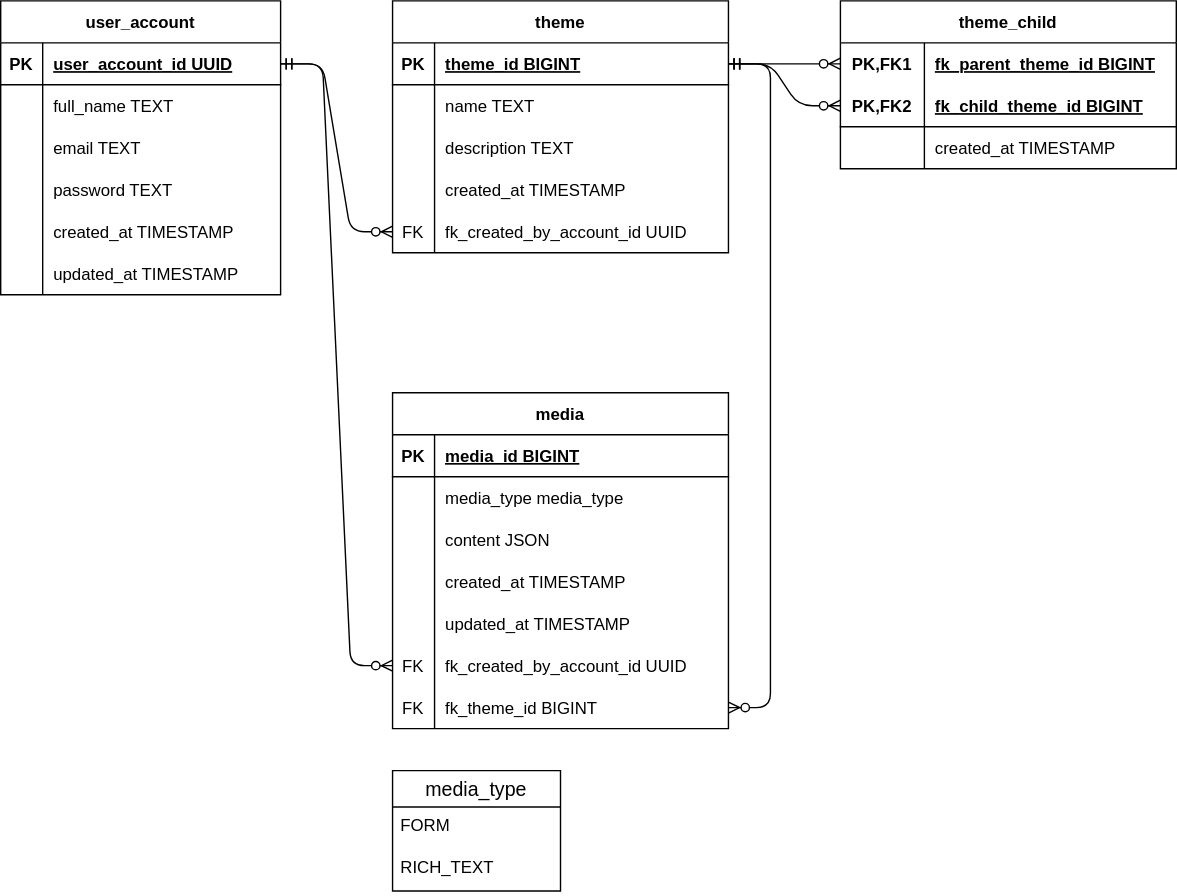
The draw.io diagram docs/erdiagram.drawio.svg in NTNU-IE-IIR/tidlig-innsats-ungdom, before a commit. Source tidied: cells renumbered, new cells last; positions are measured from the earlier drawing's top-left corner, leaving out a move shared by most shapes.
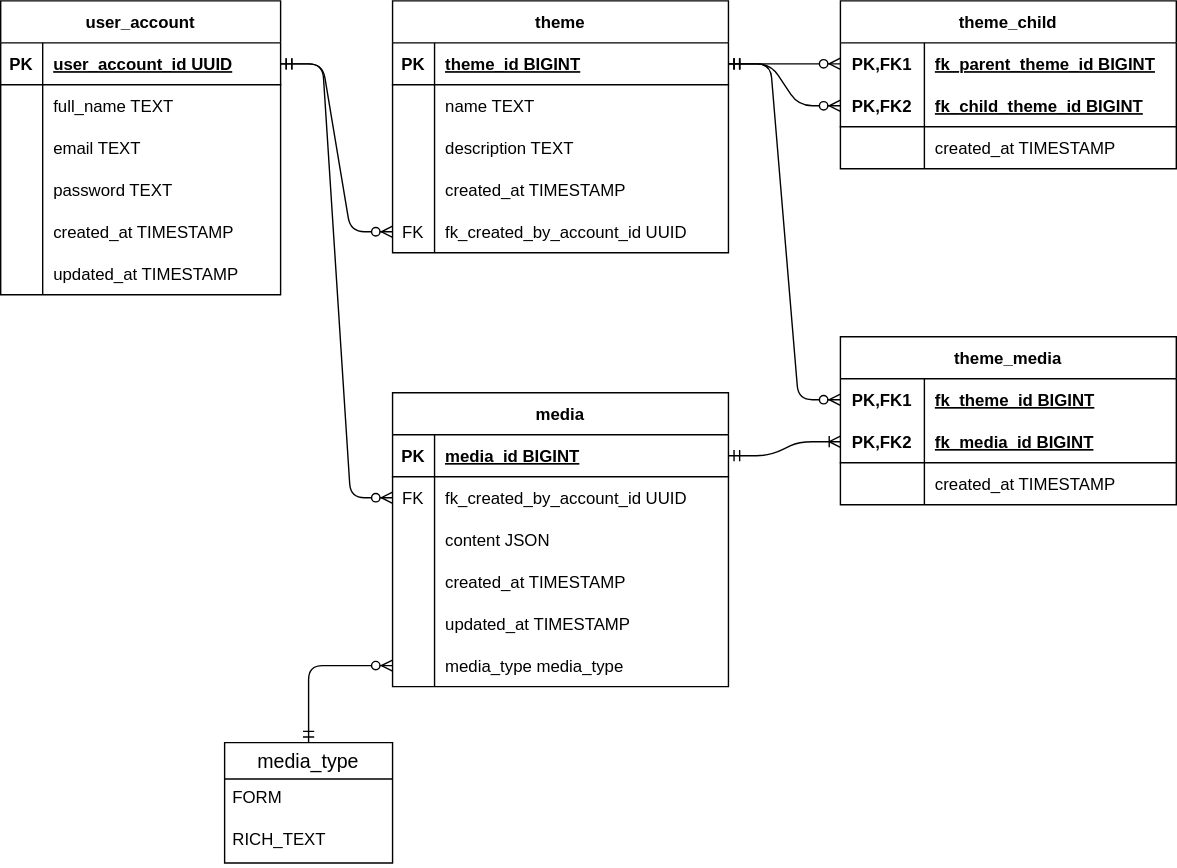
The same file after the commit.

Diff of the diagram source:
```diff
@@ -147,7 +147,7 @@
       <mxGeometry relative="1" as="geometry" />
     </mxCell>
     <mxCell id="50" value="media" style="shape=table;startSize=30;rowLines=0;fontStyle=1;align=center;" parent="1" vertex="1">
-      <mxGeometry x="280" y="280" width="240" height="240" as="geometry" />
+      <mxGeometry x="280" y="280" width="240" height="210" as="geometry" />
     </mxCell>
     <mxCell id="51" style="shape=tableRow;horizontal=0;startSize=0;swimlaneHead=0;swimlaneBody=0;fillColor=none;points=[[0,0.5],[1,0.5]];portConstraint=eastwest;top=0;left=0;right=0;bottom=1;" parent="50" vertex="1">
       <mxGeometry y="30" width="240" height="30" as="geometry" />
@@ -158,15 +158,15 @@
     <mxCell id="53" value="media_id BIGINT" style="shape=partialRectangle;fillColor=none;top=0;left=0;bottom=0;right=0;align=left;spacingLeft=6;fontStyle=5;overflow=hidden;" parent="51" vertex="1">
       <mxGeometry x="30" width="210" height="30" as="geometry" />
     </mxCell>
-    <mxCell id="54" style="shape=tableRow;horizontal=0;startSize=0;swimlaneHead=0;swimlaneBody=0;fillColor=none;points=[[0,0.5],[1,0.5]];portConstraint=eastwest;top=0;left=0;right=0;bottom=0;" parent="50" vertex="1">
-      <mxGeometry y="60" width="240" height="30" as="geometry" />
-    </mxCell>
-    <mxCell id="55" style="shape=partialRectangle;fillColor=none;top=0;left=0;bottom=0;right=0;overflow=hidden;" parent="54" vertex="1">
-      <mxGeometry width="30" height="30" as="geometry" />
-    </mxCell>
-    <mxCell id="56" value="media_type media_type" style="shape=partialRectangle;fillColor=none;top=0;left=0;bottom=0;right=0;align=left;spacingLeft=6;overflow=hidden;" parent="54" vertex="1">
-      <mxGeometry x="30" width="210" height="30" as="geometry" />
-    </mxCell>
+    <mxCell id="66" style="shape=tableRow;horizontal=0;startSize=0;swimlaneHead=0;swimlaneBody=0;fillColor=none;points=[[0,0.5],[1,0.5]];portConstraint=eastwest;top=0;left=0;right=0;bottom=0;" parent="50" vertex="1">
+      <mxGeometry y="60" width="240" height="30" as="geometry" />
+    </mxCell>
+    <mxCell id="67" value="FK" style="shape=partialRectangle;fillColor=none;top=0;left=0;bottom=0;right=0;fontStyle=0;overflow=hidden;" parent="66" vertex="1">
+      <mxGeometry width="30" height="30" as="geometry" />
+    </mxCell>
+    <mxCell id="68" value="fk_created_by_account_id UUID" style="shape=partialRectangle;fillColor=none;top=0;left=0;bottom=0;right=0;align=left;spacingLeft=6;fontStyle=0;overflow=hidden;" parent="66" vertex="1">
+      <mxGeometry x="30" width="210" height="30" as="geometry" />
+    </mxCell>
     <mxCell id="57" style="shape=tableRow;horizontal=0;startSize=0;swimlaneHead=0;swimlaneBody=0;fillColor=none;top=0;left=0;right=0;bottom=0;" parent="50" vertex="1">
       <mxGeometry y="90" width="240" height="30" as="geometry" />
     </mxCell>
@@ -194,26 +194,17 @@
     <mxCell id="65" value="updated_at TIMESTAMP" style="shape=partialRectangle;fillColor=none;top=0;left=0;bottom=0;right=0;align=left;spacingLeft=6;overflow=hidden;" parent="63" vertex="1">
       <mxGeometry x="30" width="210" height="30" as="geometry" />
     </mxCell>
-    <mxCell id="66" style="shape=tableRow;horizontal=0;startSize=0;swimlaneHead=0;swimlaneBody=0;fillColor=none;points=[[0,0.5],[1,0.5]];portConstraint=eastwest;top=0;left=0;right=0;bottom=0;" parent="50" vertex="1">
-      <mxGeometry y="180" width="240" height="30" as="geometry" />
-    </mxCell>
-    <mxCell id="67" value="FK" style="shape=partialRectangle;fillColor=none;top=0;left=0;bottom=0;right=0;fontStyle=0;overflow=hidden;" parent="66" vertex="1">
-      <mxGeometry width="30" height="30" as="geometry" />
-    </mxCell>
-    <mxCell id="68" value="fk_created_by_account_id UUID" style="shape=partialRectangle;fillColor=none;top=0;left=0;bottom=0;right=0;align=left;spacingLeft=6;fontStyle=0;overflow=hidden;" parent="66" vertex="1">
-      <mxGeometry x="30" width="210" height="30" as="geometry" />
-    </mxCell>
-    <mxCell id="69" style="shape=tableRow;horizontal=0;startSize=0;swimlaneHead=0;swimlaneBody=0;fillColor=none;points=[[0,0.5],[1,0.5]];portConstraint=eastwest;top=0;left=0;right=0;bottom=0;" parent="50" vertex="1">
-      <mxGeometry y="210" width="240" height="30" as="geometry" />
-    </mxCell>
-    <mxCell id="70" value="FK" style="shape=partialRectangle;fillColor=none;top=0;left=0;bottom=0;right=0;fontStyle=0;overflow=hidden;" parent="69" vertex="1">
-      <mxGeometry width="30" height="30" as="geometry" />
-    </mxCell>
-    <mxCell id="71" value="fk_theme_id BIGINT" style="shape=partialRectangle;fillColor=none;top=0;left=0;bottom=0;right=0;align=left;spacingLeft=6;fontStyle=0;overflow=hidden;" parent="69" vertex="1">
-      <mxGeometry x="30" width="210" height="30" as="geometry" />
-    </mxCell>
+    <mxCell id="54" style="shape=tableRow;horizontal=0;startSize=0;swimlaneHead=0;swimlaneBody=0;fillColor=none;points=[[0,0.5],[1,0.5]];portConstraint=eastwest;top=0;left=0;right=0;bottom=0;" parent="50" vertex="1">
+      <mxGeometry y="180" width="240" height="30" as="geometry" />
+    </mxCell>
+    <mxCell id="55" style="shape=partialRectangle;fillColor=none;top=0;left=0;bottom=0;right=0;overflow=hidden;" parent="54" vertex="1">
+      <mxGeometry width="30" height="30" as="geometry" />
+    </mxCell>
+    <mxCell id="56" value="media_type media_type" style="shape=partialRectangle;fillColor=none;top=0;left=0;bottom=0;right=0;align=left;spacingLeft=6;overflow=hidden;" parent="54" vertex="1">
+      <mxGeometry x="30" width="210" height="30" as="geometry" />
+    </mxCell>
     <mxCell id="72" value="media_type" style="swimlane;fontStyle=0;horizontal=1;startSize=26;align=center;fontSize=14;" parent="1" vertex="1">
-      <mxGeometry x="280" y="550" width="120" height="86" as="geometry" />
+      <mxGeometry x="160" y="530" width="120" height="86" as="geometry" />
     </mxCell>
     <mxCell id="73" value="FORM" style="text;strokeColor=none;fillColor=none;spacingLeft=4;spacingRight=4;overflow=hidden;fontSize=12;" parent="72" vertex="1">
       <mxGeometry y="26" width="120" height="30" as="geometry" />
@@ -221,11 +212,47 @@
     <mxCell id="74" value="RICH_TEXT" style="text;strokeColor=none;fillColor=none;spacingLeft=4;spacingRight=4;overflow=hidden;fontSize=12;" parent="72" vertex="1">
       <mxGeometry y="56" width="120" height="30" as="geometry" />
     </mxCell>
-    <mxCell id="75" style="edgeStyle=entityRelationEdgeStyle;fontSize=12;html=1;endArrow=ERzeroToMany;startArrow=ERmandOne;exitX=1;exitY=0.5;exitDx=0;exitDy=0;entryX=1;entryY=0.5;entryDx=0;entryDy=0;" parent="1" edge="1" source="22" target="69">
-      <mxGeometry relative="1" as="geometry" />
-    </mxCell>
     <mxCell id="76" style="edgeStyle=entityRelationEdgeStyle;fontSize=12;html=1;endArrow=ERzeroToMany;startArrow=ERmandOne;exitX=1;exitY=0.5;exitDx=0;exitDy=0;entryX=0;entryY=0.5;entryDx=0;entryDy=0;" parent="1" edge="1" source="3" target="66">
       <mxGeometry relative="1" as="geometry" />
     </mxCell>
+    <mxCell id="77" value="theme_media" style="shape=table;startSize=30;rowLines=0;fontStyle=1;align=center;" parent="1" vertex="1">
+      <mxGeometry x="600" y="240" width="240" height="120" as="geometry" />
+    </mxCell>
+    <mxCell id="78" style="shape=tableRow;horizontal=0;startSize=0;swimlaneHead=0;swimlaneBody=0;fillColor=none;points=[[0,0.5],[1,0.5]];portConstraint=eastwest;top=0;left=0;right=0;bottom=0;" parent="77" vertex="1">
+      <mxGeometry y="30" width="240" height="30" as="geometry" />
+    </mxCell>
+    <mxCell id="79" value="PK,FK1" style="shape=partialRectangle;fillColor=none;top=0;left=0;bottom=0;right=0;fontStyle=1;overflow=hidden;" parent="78" vertex="1">
+      <mxGeometry width="60" height="30" as="geometry" />
+    </mxCell>
+    <mxCell id="71" value="fk_theme_id BIGINT" style="shape=partialRectangle;fillColor=none;top=0;left=0;bottom=0;right=0;align=left;spacingLeft=6;fontStyle=5;overflow=hidden;" parent="78" vertex="1">
+      <mxGeometry x="60" width="180" height="30" as="geometry" />
+    </mxCell>
+    <mxCell id="80" style="shape=tableRow;horizontal=0;startSize=0;swimlaneHead=0;swimlaneBody=0;fillColor=none;points=[[0,0.5],[1,0.5]];portConstraint=eastwest;top=0;left=0;right=0;bottom=1;" parent="77" vertex="1">
+      <mxGeometry y="60" width="240" height="30" as="geometry" />
+    </mxCell>
+    <mxCell id="81" value="PK,FK2" style="shape=partialRectangle;fillColor=none;top=0;left=0;bottom=0;right=0;fontStyle=1;overflow=hidden;" parent="80" vertex="1">
+      <mxGeometry width="60" height="30" as="geometry" />
+    </mxCell>
+    <mxCell id="82" value="fk_media_id BIGINT" style="shape=partialRectangle;fillColor=none;top=0;left=0;bottom=0;right=0;align=left;spacingLeft=6;fontStyle=5;overflow=hidden;" parent="80" vertex="1">
+      <mxGeometry x="60" width="180" height="30" as="geometry" />
+    </mxCell>
+    <mxCell id="83" style="shape=tableRow;horizontal=0;startSize=0;swimlaneHead=0;swimlaneBody=0;fillColor=none;top=0;left=0;right=0;bottom=0;" parent="77" vertex="1">
+      <mxGeometry y="90" width="240" height="30" as="geometry" />
+    </mxCell>
+    <mxCell id="84" style="shape=partialRectangle;fillColor=none;top=0;left=0;bottom=0;right=0;overflow=hidden;" parent="83" vertex="1">
+      <mxGeometry width="60" height="30" as="geometry" />
+    </mxCell>
+    <mxCell id="85" value="created_at TIMESTAMP" style="shape=partialRectangle;fillColor=none;top=0;left=0;bottom=0;right=0;align=left;spacingLeft=6;overflow=hidden;" parent="83" vertex="1">
+      <mxGeometry x="60" width="180" height="30" as="geometry" />
+    </mxCell>
+    <mxCell id="86" style="edgeStyle=entityRelationEdgeStyle;fontSize=12;html=1;endArrow=ERoneToMany;startArrow=ERmandOne;exitX=1;exitY=0.5;exitDx=0;exitDy=0;entryX=0;entryY=0.5;entryDx=0;entryDy=0;" parent="1" edge="1" source="51" target="80">
+      <mxGeometry relative="1" as="geometry" />
+    </mxCell>
+    <mxCell id="87" style="edgeStyle=entityRelationEdgeStyle;fontSize=12;html=1;endArrow=ERzeroToMany;startArrow=ERmandOne;exitX=1;exitY=0.5;exitDx=0;exitDy=0;entryX=0;entryY=0.5;entryDx=0;entryDy=0;" parent="1" edge="1" source="22" target="78">
+      <mxGeometry relative="1" as="geometry" />
+    </mxCell>
+    <mxCell id="88" style="edgeStyle=orthogonalEdgeStyle;fontSize=12;html=1;endArrow=ERzeroToMany;startArrow=ERmandOne;exitX=0.5;exitY=0;exitDx=0;exitDy=0;entryX=0;entryY=0.5;entryDx=0;entryDy=0;" parent="1" edge="1" source="72" target="54">
+      <mxGeometry relative="1" as="geometry" />
+    </mxCell>
   </root>
 </mxGraphModel>
```
